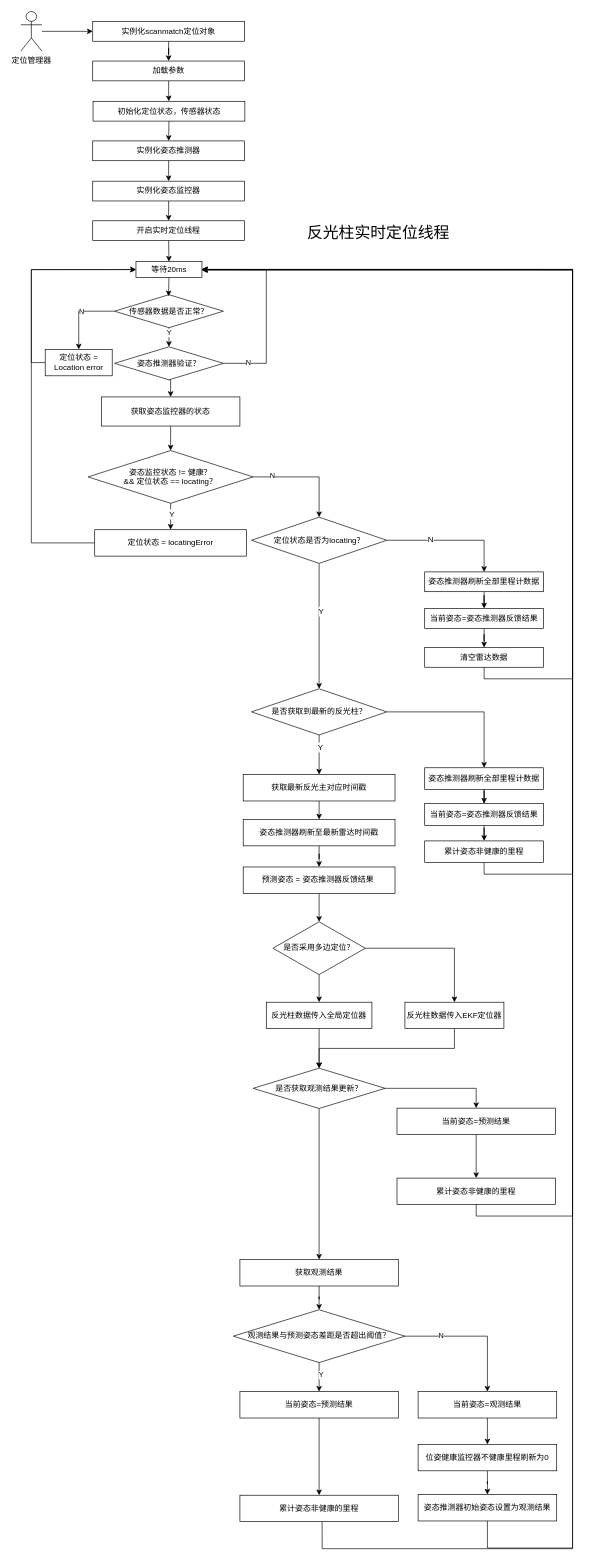
This is page "反光柱定位" (10 of 10) of 建图定位调用.drawio from sdu-rjy/doc, a draw.io file, before an edit. Source tidied: cells renumbered, new cells numbered last; positions are measured from the earlier drawing's top-left corner, leaving out a move shared by most shapes. Both pictures are drawn from the tidied source at 66%, with x=0, y=0 at pixel (20, 11).
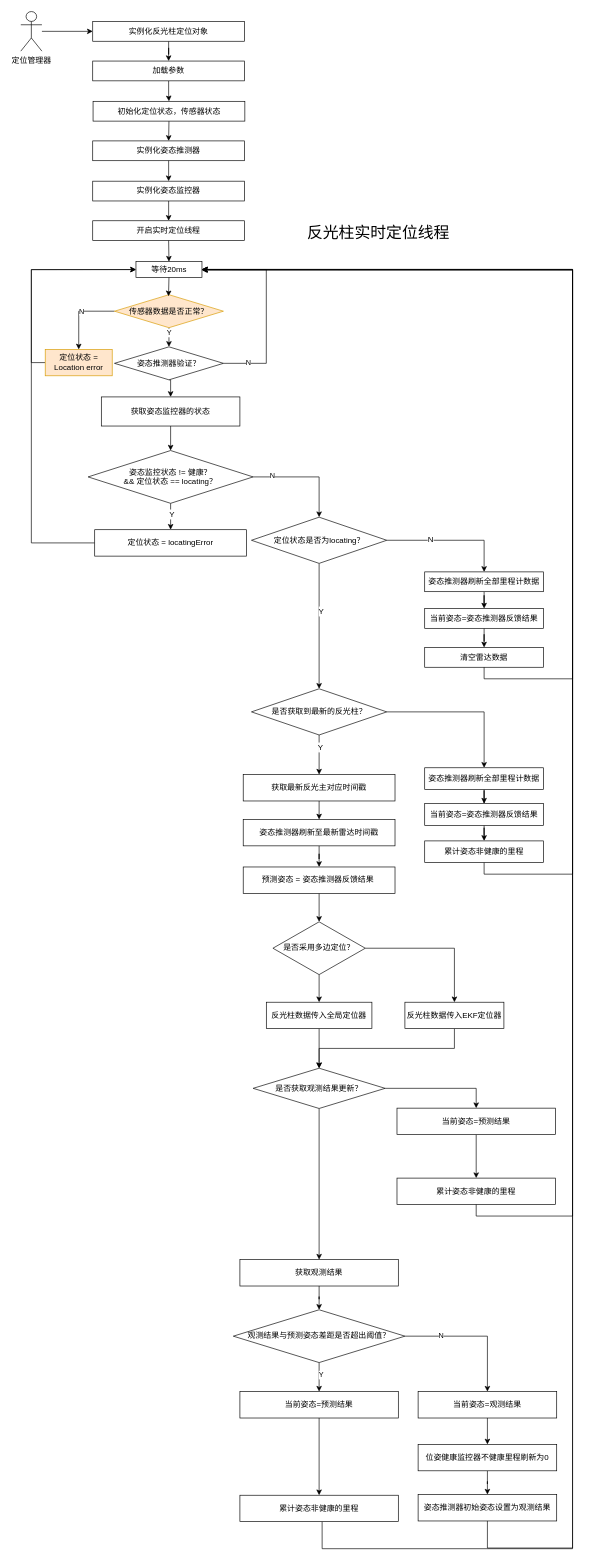
Above is the later version.

Commit message:
更新建图定位调用.drawio

The edit, as a diff of the source:
```diff
@@
-    <mxCell id="87" value="实例化scanmatch定位对象" style="whiteSpace=wrap;html=1;rounded=0;flipV=0;" parent="1" vertex="1">
+    <mxCell id="87" value="实例化反光柱定位对象" style="whiteSpace=wrap;html=1;rounded=0;flipV=0;" parent="1" vertex="1">
       <mxGeometry x="109" y="15" width="230" height="30" as="geometry" />
     </mxCell>
@@
-    <mxCell id="94" value="传感器数据是否正常？" style="rhombus;whiteSpace=wrap;html=1;" parent="1" vertex="1">
+    <mxCell id="94" value="传感器数据是否正常？" style="rhombus;whiteSpace=wrap;html=1;fillColor=#ffe6cc;strokeColor=#d79b00;" parent="1" vertex="1">
       <mxGeometry x="142" y="429" width="165" height="50" as="geometry" />
     </mxCell>
@@
-    <mxCell id="96" value="定位状态 = Location error" style="rounded=0;whiteSpace=wrap;html=1;" parent="1" vertex="1">
+    <mxCell id="96" value="定位状态 = Location error" style="rounded=0;whiteSpace=wrap;html=1;fillColor=#ffe6cc;strokeColor=#d79b00;" parent="1" vertex="1">
       <mxGeometry x="37" y="511.9" width="101.5" height="40" as="geometry" />
     </mxCell>
```
